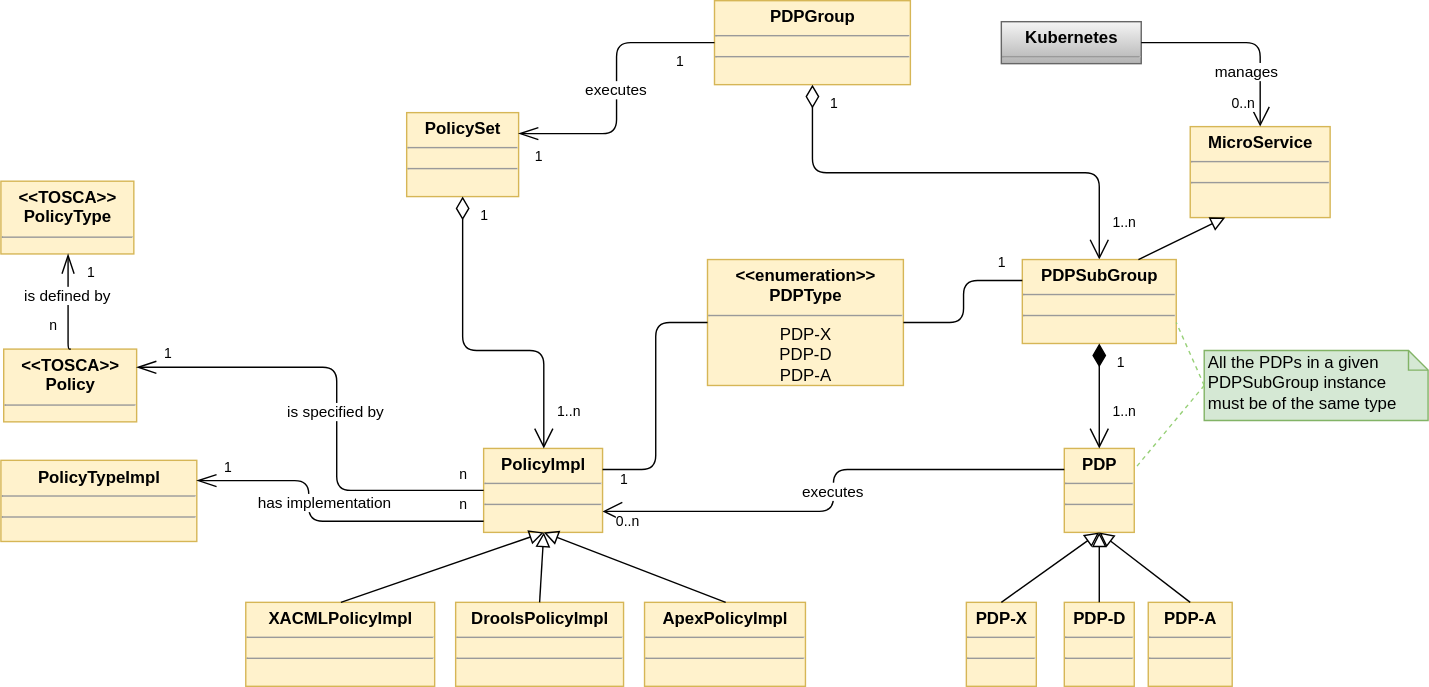
The draw.io diagram docs/architecture/images/ClassStructure.svg in onap/policy-parent, before a commit. Source tidied: cells renumbered, new cells last; positions are measured from the earlier drawing's top-left corner, leaving out a move shared by most shapes.
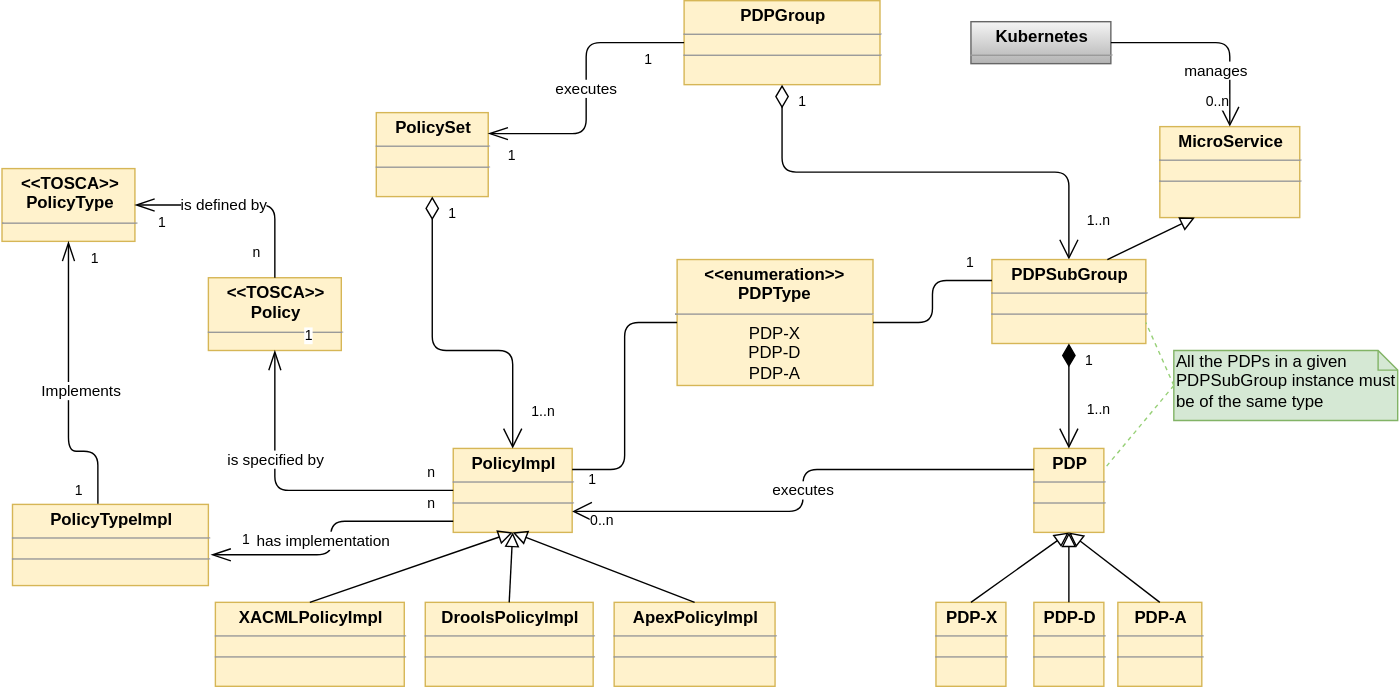
After the commit.

Commit message:
Architecture documentation section 2 (Part)

Change to the diagram source:
```diff
@@ -180,18 +180,13 @@
       <mxGeometry relative="1" as="geometry" />
     </mxCell>
     <mxCell id="50" value="&lt;p style=&quot;margin: 0px ; margin-top: 4px ; text-align: center&quot;&gt;&lt;b&gt;PolicyTypeImpl&lt;br&gt;&lt;/b&gt;&lt;/p&gt;&lt;hr size=&quot;1&quot;&gt;&lt;div style=&quot;height: 2px&quot;&gt;&lt;/div&gt;&lt;hr size=&quot;1&quot;&gt;&lt;div style=&quot;height: 2px&quot;&gt;&lt;/div&gt;" style="verticalAlign=top;align=left;overflow=fill;fontSize=12;fontFamily=Helvetica;html=1;fillColor=#fff2cc;strokeColor=#d6b656;" parent="1" vertex="1">
-      <mxGeometry y="328.5" width="140" height="58" as="geometry" />
+      <mxGeometry x="30" y="360" width="140" height="58" as="geometry" />
     </mxCell>
     <mxCell id="51" value="&lt;p style=&quot;margin: 0px ; margin-top: 4px ; text-align: center&quot;&gt;&lt;b&gt;&amp;lt;&amp;lt;TOSCA&amp;gt;&amp;gt;&lt;br&gt;Policy&lt;/b&gt;&lt;/p&gt;&lt;hr size=&quot;1&quot;&gt;&lt;div style=&quot;height: 2px&quot;&gt;&lt;/div&gt;&lt;hr size=&quot;1&quot;&gt;&lt;div style=&quot;height: 2px&quot;&gt;&lt;/div&gt;" style="verticalAlign=top;align=left;overflow=fill;fontSize=12;fontFamily=Helvetica;html=1;fillColor=#fff2cc;strokeColor=#d6b656;" parent="1" vertex="1">
-      <mxGeometry x="2" y="249" width="95" height="52" as="geometry" />
+      <mxGeometry x="170" y="198" width="95" height="52" as="geometry" />
     </mxCell>
-    <mxCell id="52" value="has implementation" style="endArrow=openThin;html=1;endSize=12;startArrow=none;startSize=14;startFill=0;edgeStyle=orthogonalEdgeStyle;strokeWidth=1;endFill=0;exitX=0;exitY=0.867;exitDx=0;exitDy=0;entryX=1;entryY=0.25;entryDx=0;entryDy=0;exitPerimeter=0;" parent="1" edge="1" source="27" target="50">
-      <mxGeometry x="0.19" y="-10" relative="1" as="geometry">
-        <Array as="points">
-          <mxPoint x="220" y="372" />
-          <mxPoint x="220" y="343" />
-        </Array>
-      </mxGeometry>
+    <mxCell id="52" value="has implementation" style="endArrow=openThin;html=1;endSize=12;startArrow=none;startSize=14;startFill=0;edgeStyle=orthogonalEdgeStyle;strokeWidth=1;endFill=0;exitX=0;exitY=0.867;exitDx=0;exitDy=0;entryX=1.014;entryY=0.621;entryDx=0;entryDy=0;exitPerimeter=0;entryPerimeter=0;" parent="1" edge="1" source="27" target="50">
+      <mxGeometry x="0.19" y="-10" relative="1" as="geometry" />
     </mxCell>
     <mxCell id="53" value="&lt;div&gt;n&lt;/div&gt;" style="html=1;align=left;verticalAlign=top;labelBackgroundColor=#ffffff;fontSize=10;" parent="52" vertex="1">
       <mxGeometry x="-1" relative="1" as="geometry">
@@ -203,13 +198,8 @@
         <mxPoint x="27.5" y="-23" as="offset" />
       </mxGeometry>
     </mxCell>
-    <mxCell id="55" value="is specified by" style="endArrow=openThin;html=1;endSize=12;startArrow=none;startSize=14;startFill=0;edgeStyle=orthogonalEdgeStyle;strokeWidth=1;endFill=0;exitX=0;exitY=0.5;exitDx=0;exitDy=0;entryX=1;entryY=0.25;entryDx=0;entryDy=0;" parent="1" edge="1" source="27" target="51">
-      <mxGeometry x="-0.03" relative="1" as="geometry">
-        <Array as="points">
-          <mxPoint x="240" y="350" />
-          <mxPoint x="240" y="262" />
-        </Array>
-      </mxGeometry>
+    <mxCell id="55" value="is specified by" style="endArrow=openThin;html=1;endSize=12;startArrow=none;startSize=14;startFill=0;edgeStyle=orthogonalEdgeStyle;strokeWidth=1;endFill=0;exitX=0;exitY=0.5;exitDx=0;exitDy=0;entryX=0.5;entryY=1;entryDx=0;entryDy=0;" parent="1" edge="1" source="27" target="51">
+      <mxGeometry x="0.32" relative="1" as="geometry" />
     </mxCell>
     <mxCell id="56" value="&lt;div&gt;n&lt;/div&gt;" style="html=1;align=left;verticalAlign=top;labelBackgroundColor=#ffffff;fontSize=10;" parent="55" vertex="1">
       <mxGeometry x="-1" relative="1" as="geometry">
@@ -222,13 +212,12 @@
       </mxGeometry>
     </mxCell>
     <mxCell id="58" value="&lt;p style=&quot;margin: 0px ; margin-top: 4px ; text-align: center&quot;&gt;&lt;b&gt;&amp;lt;&amp;lt;TOSCA&amp;gt;&amp;gt;&lt;br&gt;PolicyType&lt;/b&gt;&lt;/p&gt;&lt;hr size=&quot;1&quot;&gt;&lt;div style=&quot;height: 2px&quot;&gt;&lt;/div&gt;&lt;hr size=&quot;1&quot;&gt;&lt;div style=&quot;height: 2px&quot;&gt;&lt;/div&gt;" style="verticalAlign=top;align=left;overflow=fill;fontSize=12;fontFamily=Helvetica;html=1;fillColor=#fff2cc;strokeColor=#d6b656;" parent="1" vertex="1">
-      <mxGeometry y="129" width="95" height="52" as="geometry" />
+      <mxGeometry x="22.5" y="120" width="95" height="52" as="geometry" />
     </mxCell>
-    <mxCell id="59" value="is defined by" style="endArrow=openThin;html=1;endSize=12;startArrow=none;startSize=14;startFill=0;edgeStyle=orthogonalEdgeStyle;strokeWidth=1;endFill=0;entryX=0.5;entryY=1;entryDx=0;entryDy=0;exitX=0.5;exitY=0;exitDx=0;exitDy=0;" parent="1" edge="1" source="51" target="58">
+    <mxCell id="59" value="is defined by" style="endArrow=openThin;html=1;endSize=12;startArrow=none;startSize=14;startFill=0;edgeStyle=orthogonalEdgeStyle;strokeWidth=1;endFill=0;entryX=1;entryY=0.5;entryDx=0;entryDy=0;exitX=0.5;exitY=0;exitDx=0;exitDy=0;" parent="1" edge="1" source="51" target="58">
       <mxGeometry x="0.17" relative="1" as="geometry">
         <Array as="points">
-          <mxPoint x="48" y="240" />
-          <mxPoint x="48" y="240" />
+          <mxPoint x="218" y="146" />
         </Array>
       </mxGeometry>
     </mxCell>
@@ -242,5 +231,22 @@
         <mxPoint x="22" as="offset" />
       </mxGeometry>
     </mxCell>
+    <mxCell id="62" value="Implements" style="endArrow=openThin;html=1;endSize=12;startArrow=none;startSize=14;startFill=0;edgeStyle=orthogonalEdgeStyle;strokeWidth=1;endFill=0;entryX=0.5;entryY=1;entryDx=0;entryDy=0;exitX=0.436;exitY=-0.009;exitDx=0;exitDy=0;exitPerimeter=0;" parent="1" edge="1" source="50" target="58">
+      <mxGeometry x="-0.03" y="-9" relative="1" as="geometry">
+        <Array as="points">
+          <mxPoint x="70" y="322" />
+        </Array>
+      </mxGeometry>
+    </mxCell>
+    <mxCell id="63" value="&lt;div&gt;1&lt;/div&gt;" style="html=1;align=left;verticalAlign=top;labelBackgroundColor=#ffffff;fontSize=10;" parent="62" vertex="1">
+      <mxGeometry x="-1" relative="1" as="geometry">
+        <mxPoint x="-18" y="-21.5" as="offset" />
+      </mxGeometry>
+    </mxCell>
+    <mxCell id="64" value="1" style="html=1;align=right;verticalAlign=top;labelBackgroundColor=#ffffff;fontSize=10;" parent="62" vertex="1">
+      <mxGeometry x="1" relative="1" as="geometry">
+        <mxPoint x="22" as="offset" />
+      </mxGeometry>
+    </mxCell>
   </root>
 </mxGraphModel>
```
